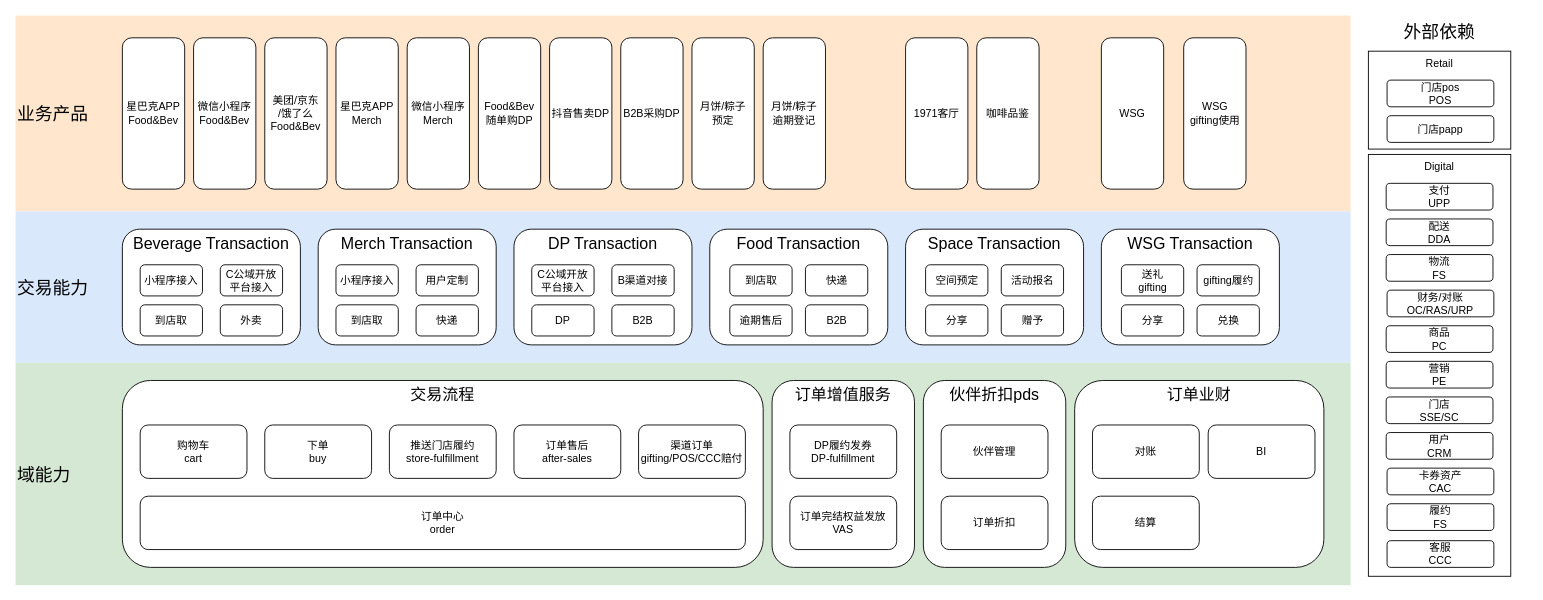
The draw.io diagram page "目标技术架构" (2 of 4) of OMS2.0业务架构.drawio in alexzhang2015/PC2.0, before the edit. Source tidied: cells renumbered, new cells numbered last; positions are measured from the earlier drawing's top-left corner, leaving out a move shared by most shapes. Both pictures are drawn from the tidied source at 89%, with x=0, y=0 at pixel (15, 15).
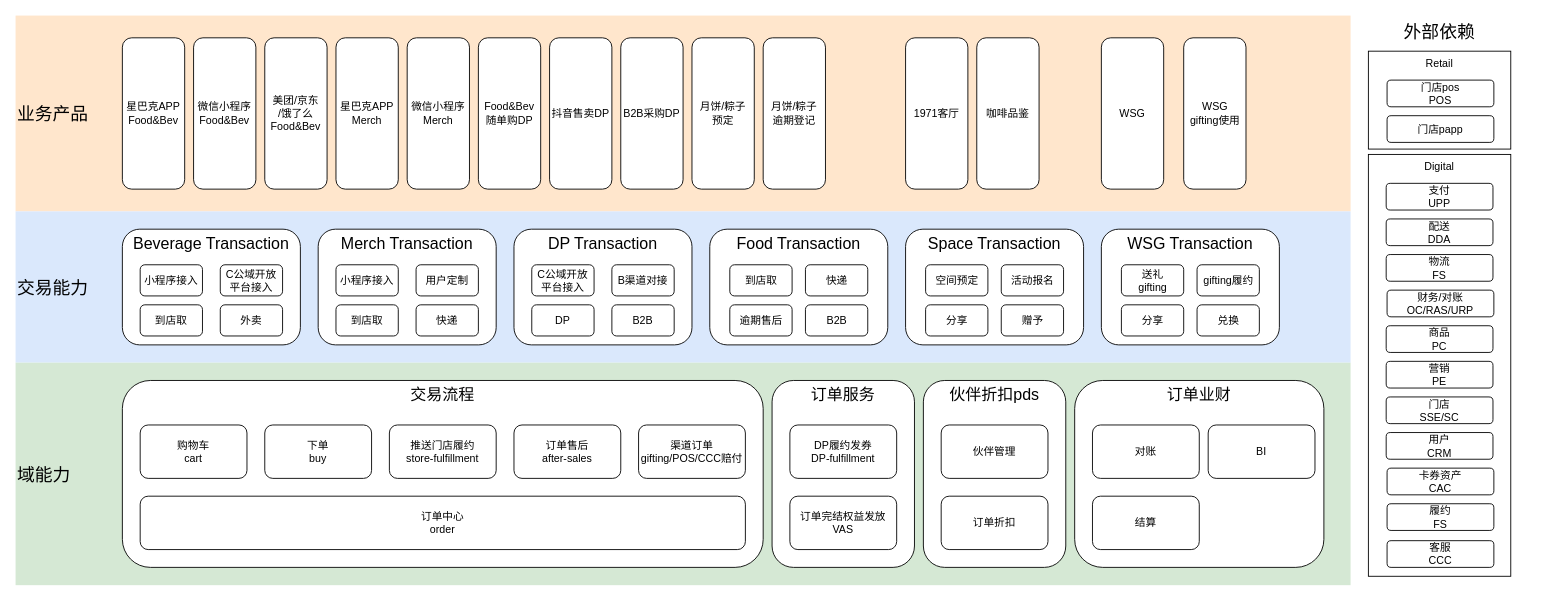
The same page after the edit.

Commit message:
更新OMS2.0业务架构.drawio

What changed in the source:
```diff
@@
-    <mxCell id="11" value="&lt;font style=&quot;font-size: 18px;&quot;&gt;订单增值服务&lt;/font&gt;" style="rounded=1;whiteSpace=wrap;html=1;verticalAlign=top;" parent="1" vertex="1">
+    <mxCell id="11" value="&lt;font style=&quot;font-size: 18px;&quot;&gt;订单服务&lt;/font&gt;" style="rounded=1;whiteSpace=wrap;html=1;verticalAlign=top;" parent="1" vertex="1">
       <mxGeometry x="850" y="410" width="160" height="210" as="geometry" />
     </mxCell>
```
